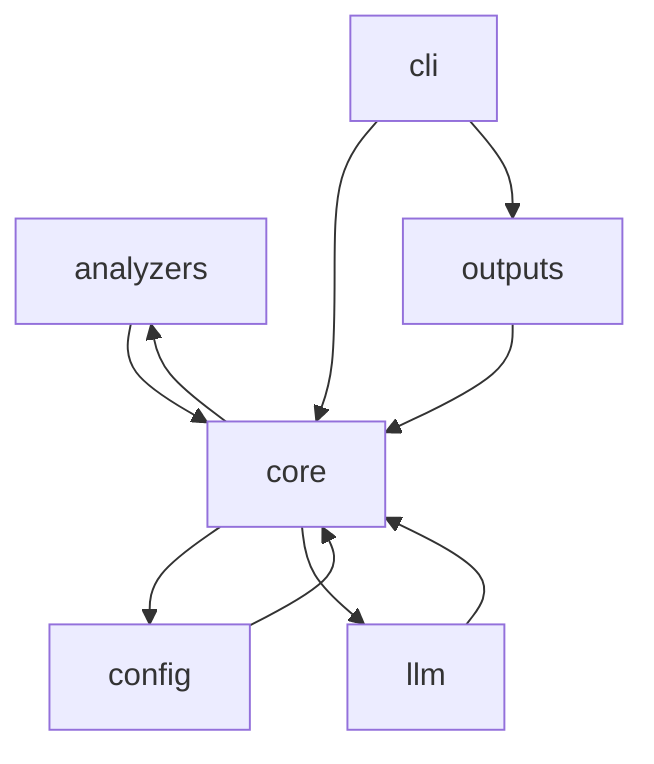
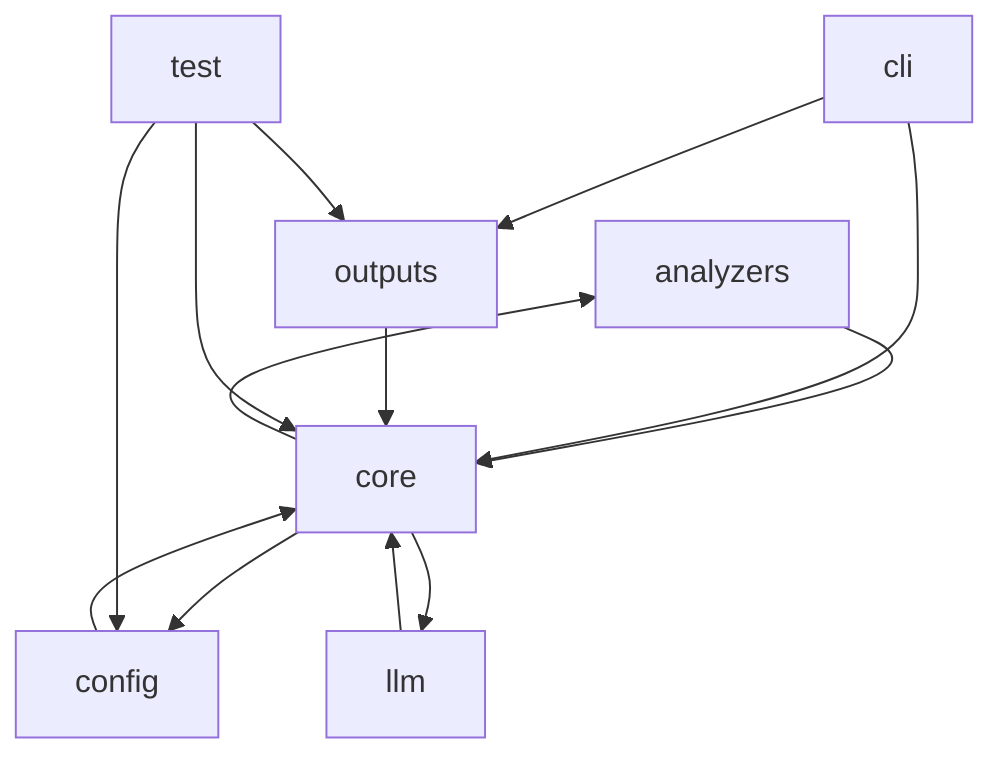
graph TD
  analyzers["analyzers"] --> core["core"]
  cli["cli"] --> core["core"]
  cli["cli"] --> outputs["outputs"]
  config["config"] --> core["core"]
  core["core"] --> analyzers["analyzers"]
  core["core"] --> config["config"]
  core["core"] --> llm["llm"]
  llm["llm"] --> core["core"]
  outputs["outputs"] --> core["core"]
+   test["test"] --> config["config"]
+   test["test"] --> core["core"]
+   test["test"] --> outputs["outputs"]
